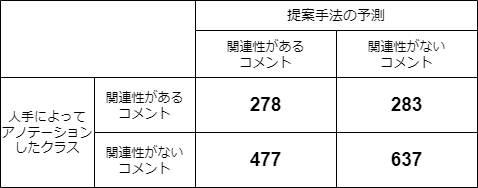
This is 修論/images/みそきん行列.drawio.png from dora937nishikori/investigation, a draw.io export, as it was before one commit. Source tidied: cells renumbered, new cells last; positions are measured from the earlier drawing's top-left corner, leaving out a move shared by most shapes. Its diagram source:
```xml
<mxGraphModel>
  <root>
    <mxCell id="0" />
    <mxCell id="1" parent="0" />
    <mxCell id="2" style="shape=table;startSize=0;" parent="1" vertex="1">
      <mxGeometry width="477" height="187" as="geometry" />
    </mxCell>
    <mxCell id="3" style="shape=tableRow;horizontal=0;startSize=0;swimlaneHead=0;swimlaneBody=0;top=0;left=0;bottom=0;right=0;fillColor=none;" parent="2" vertex="1">
      <mxGeometry width="477" height="30" as="geometry" />
    </mxCell>
    <mxCell id="4" style="shape=partialRectangle;html=1;whiteSpace=wrap;overflow=hidden;fillColor=none;top=0;left=0;bottom=0;right=0;colspan=2;rowspan=2;" parent="3" vertex="1">
      <mxGeometry width="195" height="77" as="geometry" />
    </mxCell>
    <mxCell id="5" value="&lt;font style=&quot;font-size: 14px;&quot;&gt;提案手法の予測&lt;/font&gt;" style="shape=partialRectangle;html=1;whiteSpace=wrap;overflow=hidden;fillColor=none;top=0;left=0;bottom=0;right=0;colspan=2;fontSize=13;" parent="3" vertex="1">
      <mxGeometry x="195" width="282" height="30" as="geometry" />
    </mxCell>
    <mxCell id="6" style="shape=tableRow;horizontal=0;startSize=0;swimlaneHead=0;swimlaneBody=0;top=0;left=0;bottom=0;right=0;fillColor=none;" parent="2" vertex="1">
      <mxGeometry y="30" width="477" height="47" as="geometry" />
    </mxCell>
    <mxCell id="7" value="&lt;font style=&quot;font-size: 13px;&quot;&gt;関連性がある&lt;br style=&quot;font-size: 13px;&quot;&gt;コメント&lt;/font&gt;" style="shape=partialRectangle;html=1;whiteSpace=wrap;overflow=hidden;fillColor=none;top=0;left=0;bottom=0;right=0;fontSize=13;" parent="6" vertex="1">
      <mxGeometry x="195" width="141" height="47" as="geometry" />
    </mxCell>
    <mxCell id="8" value="関連性がない&lt;br style=&quot;font-size: 13px;&quot;&gt;コメント" style="shape=partialRectangle;html=1;whiteSpace=wrap;overflow=hidden;fillColor=none;top=0;left=0;bottom=0;right=0;fontSize=13;" parent="6" vertex="1">
      <mxGeometry x="336" width="141" height="47" as="geometry" />
    </mxCell>
    <mxCell id="9" style="shape=tableRow;horizontal=0;startSize=0;swimlaneHead=0;swimlaneBody=0;top=0;left=0;bottom=0;right=0;fillColor=none;" parent="2" vertex="1">
      <mxGeometry y="77" width="477" height="55" as="geometry" />
    </mxCell>
    <mxCell id="10" value="人手によって&lt;br&gt;アノテーションしたクラス" style="shape=partialRectangle;html=1;whiteSpace=wrap;overflow=hidden;fillColor=none;top=0;left=0;bottom=0;right=0;rowspan=2;fontSize=13;" parent="9" vertex="1">
      <mxGeometry width="94" height="110" as="geometry" />
    </mxCell>
    <mxCell id="11" value="関連性がある&lt;br&gt;コメント" style="shape=partialRectangle;html=1;whiteSpace=wrap;overflow=hidden;fillColor=none;top=0;left=0;bottom=0;right=0;fontSize=13;" parent="9" vertex="1">
      <mxGeometry x="94" width="101" height="55" as="geometry" />
    </mxCell>
    <mxCell id="12" value="&lt;b style=&quot;font-size: 19px;&quot;&gt;278&lt;/b&gt;" style="shape=partialRectangle;html=1;whiteSpace=wrap;overflow=hidden;fillColor=none;top=0;left=0;bottom=0;right=0;fontSize=19;" parent="9" vertex="1">
      <mxGeometry x="195" width="141" height="55" as="geometry" />
    </mxCell>
    <mxCell id="13" value="&lt;b style=&quot;font-size: 19px;&quot;&gt;283&lt;/b&gt;" style="shape=partialRectangle;html=1;whiteSpace=wrap;overflow=hidden;fillColor=none;top=0;left=0;bottom=0;right=0;fontSize=19;" parent="9" vertex="1">
      <mxGeometry x="336" width="141" height="55" as="geometry" />
    </mxCell>
    <mxCell id="14" style="shape=tableRow;horizontal=0;startSize=0;swimlaneHead=0;swimlaneBody=0;top=0;left=0;bottom=0;right=0;fillColor=none;" parent="2" vertex="1">
      <mxGeometry y="132" width="477" height="55" as="geometry" />
    </mxCell>
    <mxCell id="15" value="関連性がない&lt;br&gt;コメント" style="shape=partialRectangle;html=1;whiteSpace=wrap;overflow=hidden;fillColor=none;top=0;left=0;bottom=0;right=0;fontSize=13;" parent="14" vertex="1">
      <mxGeometry x="94" width="101" height="55" as="geometry" />
    </mxCell>
    <mxCell id="16" value="&lt;b style=&quot;font-size: 19px;&quot;&gt;477&lt;/b&gt;" style="shape=partialRectangle;html=1;whiteSpace=wrap;overflow=hidden;fillColor=none;top=0;left=0;bottom=0;right=0;fontSize=19;" parent="14" vertex="1">
      <mxGeometry x="195" width="141" height="55" as="geometry" />
    </mxCell>
    <mxCell id="17" value="&lt;b style=&quot;font-size: 19px;&quot;&gt;637&lt;/b&gt;" style="shape=partialRectangle;html=1;whiteSpace=wrap;overflow=hidden;fillColor=none;top=0;left=0;bottom=0;right=0;fontSize=19;" parent="14" vertex="1">
      <mxGeometry x="336" width="141" height="55" as="geometry" />
    </mxCell>
  </root>
</mxGraphModel>
```
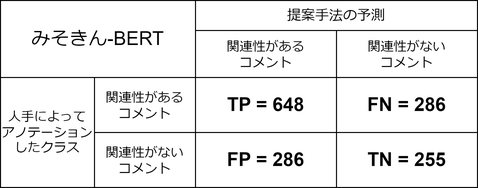
After the change.

Change to the diagram source:
```diff
@@ -8,7 +8,7 @@
     <mxCell id="3" style="shape=tableRow;horizontal=0;startSize=0;swimlaneHead=0;swimlaneBody=0;top=0;left=0;bottom=0;right=0;fillColor=none;" parent="2" vertex="1">
       <mxGeometry width="477" height="30" as="geometry" />
     </mxCell>
-    <mxCell id="4" style="shape=partialRectangle;html=1;whiteSpace=wrap;overflow=hidden;fillColor=none;top=0;left=0;bottom=0;right=0;colspan=2;rowspan=2;" parent="3" vertex="1">
+    <mxCell id="4" value="みそきん-BERT" style="shape=partialRectangle;html=1;whiteSpace=wrap;overflow=hidden;fillColor=none;top=0;left=0;bottom=0;right=0;colspan=2;rowspan=2;fontSize=19;" parent="3" vertex="1">
       <mxGeometry width="195" height="77" as="geometry" />
     </mxCell>
     <mxCell id="5" value="&lt;font style=&quot;font-size: 14px;&quot;&gt;提案手法の予測&lt;/font&gt;" style="shape=partialRectangle;html=1;whiteSpace=wrap;overflow=hidden;fillColor=none;top=0;left=0;bottom=0;right=0;colspan=2;fontSize=13;" parent="3" vertex="1">
@@ -32,10 +32,10 @@
     <mxCell id="11" value="関連性がある&lt;br&gt;コメント" style="shape=partialRectangle;html=1;whiteSpace=wrap;overflow=hidden;fillColor=none;top=0;left=0;bottom=0;right=0;fontSize=13;" parent="9" vertex="1">
       <mxGeometry x="94" width="101" height="55" as="geometry" />
     </mxCell>
-    <mxCell id="12" value="&lt;b style=&quot;font-size: 19px;&quot;&gt;278&lt;/b&gt;" style="shape=partialRectangle;html=1;whiteSpace=wrap;overflow=hidden;fillColor=none;top=0;left=0;bottom=0;right=0;fontSize=19;" parent="9" vertex="1">
+    <mxCell id="12" value="&lt;b style=&quot;font-size: 19px;&quot;&gt;TP = 648&lt;/b&gt;" style="shape=partialRectangle;html=1;whiteSpace=wrap;overflow=hidden;fillColor=none;top=0;left=0;bottom=0;right=0;fontSize=19;" parent="9" vertex="1">
       <mxGeometry x="195" width="141" height="55" as="geometry" />
     </mxCell>
-    <mxCell id="13" value="&lt;b style=&quot;font-size: 19px;&quot;&gt;283&lt;/b&gt;" style="shape=partialRectangle;html=1;whiteSpace=wrap;overflow=hidden;fillColor=none;top=0;left=0;bottom=0;right=0;fontSize=19;" parent="9" vertex="1">
+    <mxCell id="13" value="&lt;b style=&quot;font-size: 19px;&quot;&gt;FN = 286&lt;/b&gt;" style="shape=partialRectangle;html=1;whiteSpace=wrap;overflow=hidden;fillColor=none;top=0;left=0;bottom=0;right=0;fontSize=19;" parent="9" vertex="1">
       <mxGeometry x="336" width="141" height="55" as="geometry" />
     </mxCell>
     <mxCell id="14" style="shape=tableRow;horizontal=0;startSize=0;swimlaneHead=0;swimlaneBody=0;top=0;left=0;bottom=0;right=0;fillColor=none;" parent="2" vertex="1">
@@ -44,10 +44,10 @@
     <mxCell id="15" value="関連性がない&lt;br&gt;コメント" style="shape=partialRectangle;html=1;whiteSpace=wrap;overflow=hidden;fillColor=none;top=0;left=0;bottom=0;right=0;fontSize=13;" parent="14" vertex="1">
       <mxGeometry x="94" width="101" height="55" as="geometry" />
     </mxCell>
-    <mxCell id="16" value="&lt;b style=&quot;font-size: 19px;&quot;&gt;477&lt;/b&gt;" style="shape=partialRectangle;html=1;whiteSpace=wrap;overflow=hidden;fillColor=none;top=0;left=0;bottom=0;right=0;fontSize=19;" parent="14" vertex="1">
+    <mxCell id="16" value="&lt;b style=&quot;font-size: 19px;&quot;&gt;FP = 286&lt;/b&gt;" style="shape=partialRectangle;html=1;whiteSpace=wrap;overflow=hidden;fillColor=none;top=0;left=0;bottom=0;right=0;fontSize=19;" parent="14" vertex="1">
       <mxGeometry x="195" width="141" height="55" as="geometry" />
     </mxCell>
-    <mxCell id="17" value="&lt;b style=&quot;font-size: 19px;&quot;&gt;637&lt;/b&gt;" style="shape=partialRectangle;html=1;whiteSpace=wrap;overflow=hidden;fillColor=none;top=0;left=0;bottom=0;right=0;fontSize=19;" parent="14" vertex="1">
+    <mxCell id="17" value="&lt;b style=&quot;font-size: 19px;&quot;&gt;TN = 255&lt;/b&gt;" style="shape=partialRectangle;html=1;whiteSpace=wrap;overflow=hidden;fillColor=none;top=0;left=0;bottom=0;right=0;fontSize=19;" parent="14" vertex="1">
       <mxGeometry x="336" width="141" height="55" as="geometry" />
     </mxCell>
   </root>
```
